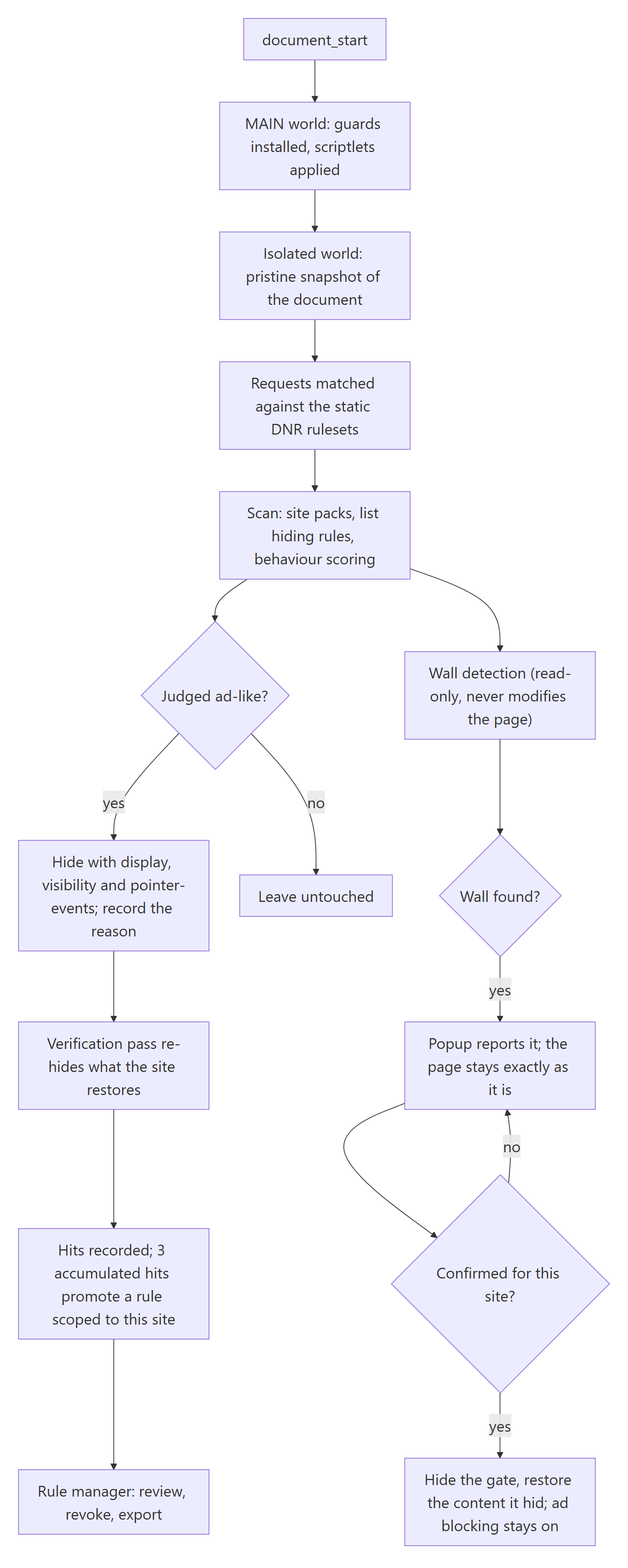
Before: docs/diagrams/flow-en.png, a diagram exported from Mermaid (jfxia/AdBlow). Its source is kept beside it as docs/diagrams/flow-en.mmd.
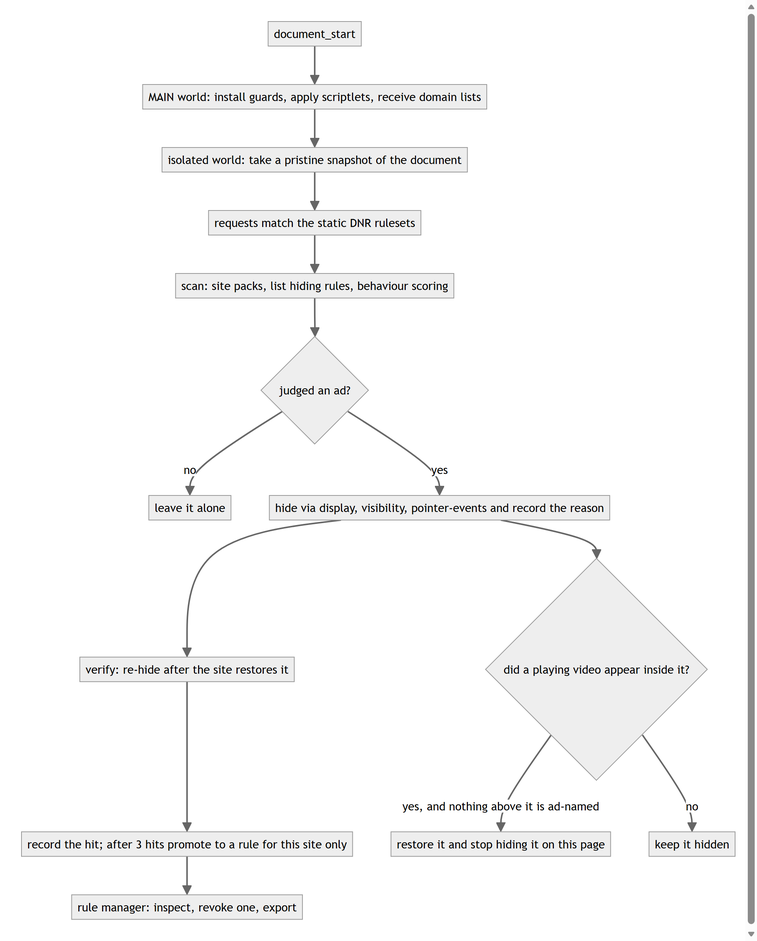
The same diagram one commit later.

What changed in the source:
```diff
@@ -1,17 +1,14 @@
 flowchart TD
-  start["document_start"] --> a["MAIN world: guards installed, scriptlets applied"]
-  a --> b["Isolated world: pristine snapshot of the document"]
-  b --> c["Requests matched against the static DNR rulesets"]
-  c --> d["Scan: site packs, list hiding rules, behaviour scoring"]
-  d --> e{"Judged ad-like?"}
-  e -->|"yes"| f["Hide with display, visibility and pointer-events; record the reason"]
-  e -->|"no"| g["Leave untouched"]
-  f --> h["Verification pass re-hides what the site restores"]
-  h --> i["Hits recorded; 3 accumulated hits promote a rule scoped to this site"]
-  i --> j["Rule manager: review, revoke, export"]
-  d --> k["Wall detection (read-only, never modifies the page)"]
-  k --> l{"Wall found?"}
-  l -->|"yes"| m["Popup reports it; the page stays exactly as it is"]
-  m --> n{"Confirmed for this site?"}
-  n -->|"yes"| o["Hide the gate, restore the content it hid; ad blocking stays on"]
-  n -->|"no"| m
+  start["document_start"] --> a["MAIN world: install guards, apply scriptlets, receive domain lists"]
+  a --> b["isolated world: take a pristine snapshot of the document"]
+  b --> c["requests match the static DNR rulesets"]
+  c --> d["scan: site packs, list hiding rules, behaviour scoring"]
+  d --> e{"judged an ad?"}
+  e -->|"no"| g["leave it alone"]
+  e -->|"yes"| f["hide via display, visibility, pointer-events and record the reason"]
+  f --> h["verify: re-hide after the site restores it"]
+  h --> i["record the hit; after 3 hits promote to a rule for this site only"]
+  i --> j["rule manager: inspect, revoke one, export"]
+  f --> r{"did a playing video appear inside it?"}
+  r -->|"yes, and nothing above it is ad-named"| r2["restore it and stop hiding it on this page"]
+  r -->|"no"| r3["keep it hidden"]
```
